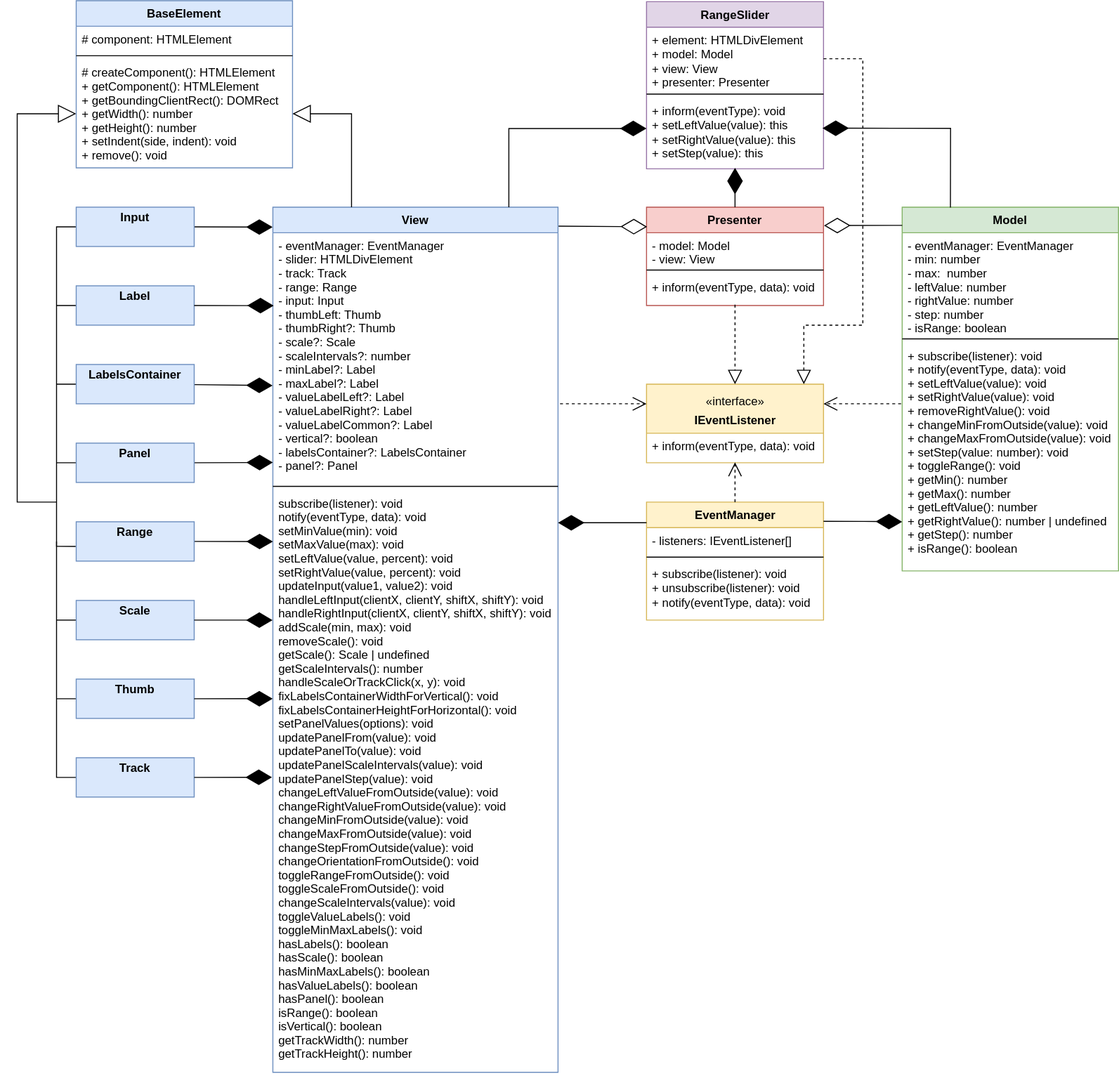
Olga-smart/FSD4 keeps this draw.io diagram as images_for_readme/class-diagram_general-perspective.drawio.svg. Above is the earlier version. Source tidied: cells renumbered, new cells last; positions are measured from the earlier drawing's top-left corner, leaving out a move shared by most shapes.
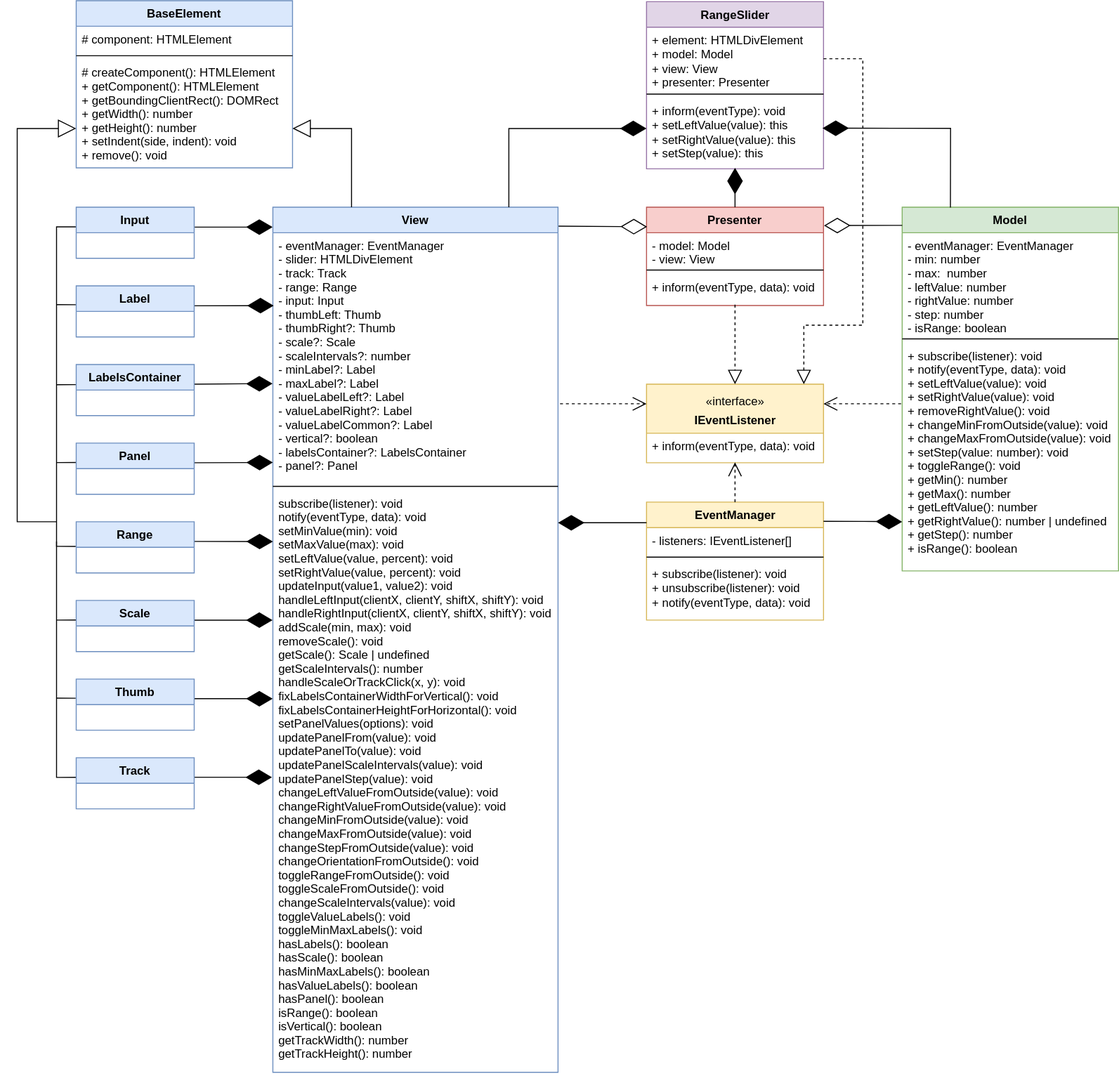
After the commit.

Commit message:
Improve class diagram

The edit, as a diff of the source:
```diff
@@ -26,7 +26,7 @@
     <mxCell id="9" value="+ inform(eventType, data): void&#10;" style="text;strokeColor=none;fillColor=none;align=left;verticalAlign=top;spacingLeft=4;spacingRight=4;overflow=hidden;points=[[0,0.5],[1,0.5]];portConstraint=eastwest;" parent="6" vertex="1">
       <mxGeometry y="68" width="180" height="32" as="geometry" />
     </mxCell>
-    <mxCell id="10" style="endArrow=diamondThin;endFill=1;endSize=24;html=1;rounded=0;exitX=1;exitY=0.5;exitDx=0;exitDy=0;entryX=-0.001;entryY=0.023;entryDx=0;entryDy=0;entryPerimeter=0;" parent="1" edge="1" source="24" target="11">
+    <mxCell id="10" style="endArrow=diamondThin;endFill=1;endSize=24;html=1;rounded=0;entryX=-0.001;entryY=0.023;entryDx=0;entryDy=0;entryPerimeter=0;exitX=1.004;exitY=0.391;exitDx=0;exitDy=0;exitPerimeter=0;" parent="1" edge="1" source="24" target="11">
       <mxGeometry relative="1" as="geometry" />
     </mxCell>
     <mxCell id="11" value="View&#10;" style="swimlane;fontStyle=1;align=center;verticalAlign=top;horizontal=1;startSize=26;fillColor=#dae8fc;strokeColor=#6c8ebf;" parent="1" vertex="1">
@@ -56,102 +56,85 @@
     <mxCell id="19" style="endArrow=block;endSize=16;endFill=0;html=1;rounded=0;labelPosition=center;verticalLabelPosition=middle;align=center;verticalAlign=middle;horizontal=1;edgeStyle=orthogonalEdgeStyle;" parent="1" edge="1" source="11" target="18">
       <mxGeometry relative="1" as="geometry">
         <Array as="points">
-          <mxPoint x="340" y="115" />
+          <mxPoint x="340" y="130" />
         </Array>
       </mxGeometry>
     </mxCell>
-    <mxCell id="20" style="endArrow=diamondThin;endFill=1;endSize=24;html=1;rounded=0;exitX=1;exitY=0.183;exitDx=0;exitDy=0;exitPerimeter=0;entryX=-0.001;entryY=0.612;entryDx=0;entryDy=0;entryPerimeter=0;" parent="1" edge="1" target="12">
+    <mxCell id="20" style="endArrow=diamondThin;endFill=1;endSize=24;html=1;rounded=0;exitX=0.991;exitY=0.424;exitDx=0;exitDy=0;exitPerimeter=0;entryX=-0.001;entryY=0.612;entryDx=0;entryDy=0;entryPerimeter=0;" parent="1" edge="1">
       <mxGeometry relative="1" as="geometry">
-        <mxPoint x="180" y="390.5" as="sourcePoint" />
+        <mxPoint x="178.9" y="390" as="sourcePoint" />
+        <mxPoint x="259.7" y="389.4" as="targetPoint" />
       </mxGeometry>
     </mxCell>
-    <mxCell id="21" style="endArrow=diamondThin;endFill=1;endSize=24;html=1;rounded=0;exitX=1;exitY=0.5;exitDx=0;exitDy=0;entryX=0;entryY=0.92;entryDx=0;entryDy=0;entryPerimeter=0;" parent="1" edge="1" source="30" target="12">
-      <mxGeometry relative="1" as="geometry" />
+    <mxCell id="21" style="endArrow=diamondThin;endFill=1;endSize=24;html=1;rounded=0;exitX=1;exitY=0.5;exitDx=0;exitDy=0;entryX=0;entryY=0.92;entryDx=0;entryDy=0;entryPerimeter=0;" parent="1" edge="1" target="12">
+      <mxGeometry relative="1" as="geometry">
+        <mxPoint x="180" y="470" as="sourcePoint" />
+      </mxGeometry>
     </mxCell>
-    <mxCell id="22" style="endArrow=diamondThin;endFill=1;endSize=24;html=1;rounded=0;exitX=1;exitY=0.5;exitDx=0;exitDy=0;entryX=0;entryY=0.088;entryDx=0;entryDy=0;entryPerimeter=0;" parent="1" edge="1" source="31" target="14">
-      <mxGeometry relative="1" as="geometry" />
+    <mxCell id="22" style="endArrow=diamondThin;endFill=1;endSize=24;html=1;rounded=0;exitX=1;exitY=0.5;exitDx=0;exitDy=0;entryX=0;entryY=0.088;entryDx=0;entryDy=0;entryPerimeter=0;" parent="1" edge="1" target="14">
+      <mxGeometry relative="1" as="geometry">
+        <mxPoint x="180" y="550" as="sourcePoint" />
+      </mxGeometry>
     </mxCell>
-    <mxCell id="23" style="edgeStyle=orthogonalEdgeStyle;rounded=0;sketch=0;jumpStyle=none;jettySize=auto;html=1;entryX=-0.004;entryY=0.626;entryDx=0;entryDy=0;entryPerimeter=0;shadow=0;fontColor=default;endArrow=none;endFill=0;" parent="1" edge="1" source="24" target="31">
+    <mxCell id="23" style="edgeStyle=orthogonalEdgeStyle;rounded=0;sketch=0;jumpStyle=none;jettySize=auto;html=1;entryX=-0.004;entryY=0.626;entryDx=0;entryDy=0;entryPerimeter=0;shadow=0;fontColor=default;endArrow=none;endFill=0;" parent="1" edge="1" source="24">
       <mxGeometry relative="1" as="geometry">
+        <mxPoint x="59.5" y="555" as="targetPoint" />
         <Array as="points">
           <mxPoint x="40" y="230" />
           <mxPoint x="40" y="555" />
         </Array>
       </mxGeometry>
     </mxCell>
-    <mxCell id="24" value="&lt;p style=&quot;margin: 4px 0px 0px&quot;&gt;&lt;b&gt;Input&lt;/b&gt;&lt;/p&gt;" style="verticalAlign=middle;align=center;overflow=fill;fontSize=12;fontFamily=Helvetica;html=1;rounded=0;shadow=0;glass=0;sketch=0;fillColor=#dae8fc;strokeColor=#6c8ebf;horizontal=1;labelPosition=center;verticalLabelPosition=middle;" parent="1" vertex="1">
-      <mxGeometry x="60" y="210" width="120" height="40" as="geometry" />
-    </mxCell>
-    <mxCell id="25" style="edgeStyle=orthogonalEdgeStyle;rounded=0;sketch=0;jumpStyle=none;jettySize=auto;html=1;shadow=0;fontColor=default;endArrow=none;endFill=0;" parent="1" edge="1" source="26">
+    <mxCell id="25" style="edgeStyle=orthogonalEdgeStyle;rounded=0;sketch=0;jumpStyle=none;jettySize=auto;html=1;shadow=0;fontColor=default;endArrow=none;endFill=0;exitX=0.004;exitY=0.37;exitDx=0;exitDy=0;exitPerimeter=0;" parent="1" edge="1" source="26">
       <mxGeometry relative="1" as="geometry">
         <mxPoint x="40" y="310" as="targetPoint" />
       </mxGeometry>
     </mxCell>
-    <mxCell id="26" value="&lt;p style=&quot;margin: 4px 0px 0px&quot;&gt;&lt;b&gt;Label&lt;/b&gt;&lt;/p&gt;" style="verticalAlign=middle;align=center;overflow=fill;fontSize=12;fontFamily=Helvetica;html=1;rounded=0;shadow=0;glass=0;sketch=0;fillColor=#dae8fc;strokeColor=#6c8ebf;horizontal=1;labelPosition=center;verticalLabelPosition=middle;" parent="1" vertex="1">
-      <mxGeometry x="60" y="290" width="120" height="40" as="geometry" />
-    </mxCell>
-    <mxCell id="27" style="edgeStyle=orthogonalEdgeStyle;rounded=0;sketch=0;jumpStyle=none;jettySize=auto;html=1;shadow=0;fontColor=default;endArrow=none;endFill=0;" parent="1" edge="1" source="28">
+    <mxCell id="27" style="edgeStyle=orthogonalEdgeStyle;rounded=0;sketch=0;jumpStyle=none;jettySize=auto;html=1;shadow=0;fontColor=default;endArrow=none;endFill=0;exitX=0.004;exitY=0.394;exitDx=0;exitDy=0;exitPerimeter=0;" parent="1" edge="1" source="28">
       <mxGeometry relative="1" as="geometry">
         <mxPoint x="40" y="390" as="targetPoint" />
       </mxGeometry>
     </mxCell>
-    <mxCell id="28" value="&lt;p style=&quot;margin: 4px 0px 0px&quot;&gt;&lt;b&gt;LabelsContainer&lt;/b&gt;&lt;/p&gt;" style="verticalAlign=middle;align=center;overflow=fill;fontSize=12;fontFamily=Helvetica;html=1;rounded=0;shadow=0;glass=0;sketch=0;fillColor=#dae8fc;strokeColor=#6c8ebf;horizontal=1;labelPosition=center;verticalLabelPosition=middle;" parent="1" vertex="1">
-      <mxGeometry x="60" y="370" width="120" height="40" as="geometry" />
-    </mxCell>
-    <mxCell id="29" style="edgeStyle=orthogonalEdgeStyle;rounded=0;sketch=0;jumpStyle=none;jettySize=auto;html=1;shadow=0;fontColor=default;endArrow=none;endFill=0;" parent="1" edge="1" source="30">
+    <mxCell id="29" style="edgeStyle=orthogonalEdgeStyle;rounded=0;sketch=0;jumpStyle=none;jettySize=auto;html=1;shadow=0;fontColor=default;endArrow=none;endFill=0;exitX=0.004;exitY=0.379;exitDx=0;exitDy=0;exitPerimeter=0;" parent="1" edge="1" source="30">
       <mxGeometry relative="1" as="geometry">
         <mxPoint x="40" y="470" as="targetPoint" />
       </mxGeometry>
     </mxCell>
-    <mxCell id="30" value="&lt;p style=&quot;margin: 4px 0px 0px&quot;&gt;&lt;b&gt;Panel&lt;/b&gt;&lt;/p&gt;" style="verticalAlign=middle;align=center;overflow=fill;fontSize=12;fontFamily=Helvetica;html=1;rounded=0;shadow=0;glass=0;sketch=0;fillColor=#dae8fc;strokeColor=#6c8ebf;horizontal=1;labelPosition=center;verticalLabelPosition=middle;" parent="1" vertex="1">
-      <mxGeometry x="60" y="450" width="120" height="40" as="geometry" />
-    </mxCell>
-    <mxCell id="31" value="&lt;p style=&quot;margin: 4px 0px 0px&quot;&gt;&lt;b&gt;Range&lt;/b&gt;&lt;/p&gt;" style="verticalAlign=middle;align=center;overflow=fill;fontSize=12;fontFamily=Helvetica;html=1;rounded=0;shadow=0;glass=0;sketch=0;fillColor=#dae8fc;strokeColor=#6c8ebf;horizontal=1;labelPosition=center;verticalLabelPosition=middle;" parent="1" vertex="1">
-      <mxGeometry x="60" y="530" width="120" height="40" as="geometry" />
-    </mxCell>
-    <mxCell id="32" style="edgeStyle=orthogonalEdgeStyle;rounded=0;sketch=0;jumpStyle=none;jettySize=auto;html=1;exitX=0;exitY=0.5;exitDx=0;exitDy=0;shadow=0;fontColor=default;endArrow=none;endFill=0;" parent="1" edge="1" source="33">
+    <mxCell id="32" style="edgeStyle=orthogonalEdgeStyle;rounded=0;sketch=0;jumpStyle=none;jettySize=auto;html=1;exitX=0;exitY=0.383;exitDx=0;exitDy=0;shadow=0;fontColor=default;endArrow=none;endFill=0;exitPerimeter=0;" parent="1" edge="1" source="33">
       <mxGeometry relative="1" as="geometry">
         <mxPoint x="40" y="630.2" as="targetPoint" />
       </mxGeometry>
     </mxCell>
-    <mxCell id="33" value="&lt;p style=&quot;margin: 4px 0px 0px&quot;&gt;&lt;b&gt;Scale&lt;/b&gt;&lt;/p&gt;" style="verticalAlign=middle;align=center;overflow=fill;fontSize=12;fontFamily=Helvetica;html=1;rounded=0;shadow=0;glass=0;sketch=0;fillColor=#dae8fc;strokeColor=#6c8ebf;horizontal=1;labelPosition=center;verticalLabelPosition=middle;" parent="1" vertex="1">
-      <mxGeometry x="60" y="610" width="120" height="40" as="geometry" />
-    </mxCell>
-    <mxCell id="34" style="edgeStyle=orthogonalEdgeStyle;rounded=0;sketch=0;jumpStyle=none;jettySize=auto;html=1;shadow=0;fontColor=default;endArrow=none;endFill=0;" parent="1" edge="1" source="35">
+    <mxCell id="34" style="edgeStyle=orthogonalEdgeStyle;rounded=0;sketch=0;jumpStyle=none;jettySize=auto;html=1;shadow=0;fontColor=default;endArrow=none;endFill=0;exitX=-0.004;exitY=0.374;exitDx=0;exitDy=0;exitPerimeter=0;" parent="1" edge="1" source="35">
       <mxGeometry relative="1" as="geometry">
         <mxPoint x="40" y="710" as="targetPoint" />
       </mxGeometry>
     </mxCell>
-    <mxCell id="35" value="&lt;p style=&quot;margin: 4px 0px 0px&quot;&gt;&lt;b&gt;Thumb&lt;/b&gt;&lt;/p&gt;" style="verticalAlign=middle;align=center;overflow=fill;fontSize=12;fontFamily=Helvetica;html=1;rounded=0;shadow=0;glass=0;sketch=0;fillColor=#dae8fc;strokeColor=#6c8ebf;horizontal=1;labelPosition=center;verticalLabelPosition=middle;" parent="1" vertex="1">
-      <mxGeometry x="60" y="690" width="120" height="40" as="geometry" />
-    </mxCell>
-    <mxCell id="36" style="edgeStyle=orthogonalEdgeStyle;rounded=0;sketch=0;jumpStyle=none;jettySize=auto;html=1;shadow=0;fontColor=default;endArrow=none;endFill=0;" parent="1" edge="1" source="37">
+    <mxCell id="36" style="edgeStyle=orthogonalEdgeStyle;rounded=0;sketch=0;jumpStyle=none;jettySize=auto;html=1;shadow=0;fontColor=default;endArrow=none;endFill=0;exitX=0.006;exitY=0.383;exitDx=0;exitDy=0;exitPerimeter=0;" parent="1" edge="1" source="37">
       <mxGeometry relative="1" as="geometry">
         <mxPoint x="40" y="550" as="targetPoint" />
       </mxGeometry>
     </mxCell>
-    <mxCell id="37" value="&lt;p style=&quot;margin: 4px 0px 0px&quot;&gt;&lt;b&gt;Track&lt;/b&gt;&lt;/p&gt;" style="verticalAlign=middle;align=center;overflow=fill;fontSize=12;fontFamily=Helvetica;html=1;rounded=0;shadow=0;glass=0;sketch=0;fillColor=#dae8fc;strokeColor=#6c8ebf;horizontal=1;labelPosition=center;verticalLabelPosition=middle;" parent="1" vertex="1">
-      <mxGeometry x="60" y="770" width="120" height="40" as="geometry" />
-    </mxCell>
-    <mxCell id="38" style="endArrow=block;endSize=16;endFill=0;html=1;rounded=0;shadow=0;sketch=0;fontColor=default;jumpStyle=none;entryX=0;entryY=0.5;entryDx=0;entryDy=0;" parent="1" edge="1" target="18">
+    <mxCell id="38" style="endArrow=block;endSize=16;endFill=0;html=1;rounded=0;shadow=0;sketch=0;fontColor=default;jumpStyle=none;entryX=0;entryY=0.5;entryDx=0;entryDy=0;" parent="1" edge="1">
       <mxGeometry relative="1" as="geometry">
-        <mxPoint x="40" y="510" as="sourcePoint" />
+        <mxPoint x="40" y="530" as="sourcePoint" />
+        <mxPoint x="60" y="130" as="targetPoint" />
         <Array as="points">
-          <mxPoint y="510" />
-          <mxPoint y="115" />
+          <mxPoint y="530" />
+          <mxPoint y="130" />
         </Array>
       </mxGeometry>
     </mxCell>
-    <mxCell id="39" style="endArrow=diamondThin;endFill=1;endSize=24;html=1;rounded=0;entryX=-0.001;entryY=0.223;entryDx=0;entryDy=0;entryPerimeter=0;exitX=1;exitY=0.5;exitDx=0;exitDy=0;" parent="1" edge="1" source="33" target="14">
+    <mxCell id="39" style="endArrow=diamondThin;endFill=1;endSize=24;html=1;rounded=0;entryX=-0.001;entryY=0.223;entryDx=0;entryDy=0;entryPerimeter=0;exitX=0.996;exitY=0.387;exitDx=0;exitDy=0;exitPerimeter=0;" parent="1" edge="1" source="33" target="14">
       <mxGeometry relative="1" as="geometry" />
     </mxCell>
-    <mxCell id="40" style="endArrow=diamondThin;endFill=1;endSize=24;html=1;rounded=0;exitX=1;exitY=0.5;exitDx=0;exitDy=0;entryX=0.003;entryY=0.292;entryDx=0;entryDy=0;entryPerimeter=0;" parent="1" edge="1" source="26" target="12">
+    <mxCell id="40" style="endArrow=diamondThin;endFill=1;endSize=24;html=1;rounded=0;exitX=0.997;exitY=0.391;exitDx=0;exitDy=0;entryX=0.003;entryY=0.292;entryDx=0;entryDy=0;entryPerimeter=0;exitPerimeter=0;" parent="1" edge="1" source="26" target="12">
       <mxGeometry relative="1" as="geometry" />
     </mxCell>
-    <mxCell id="41" style="endArrow=diamondThin;endFill=1;endSize=24;html=1;rounded=0;entryX=-0.001;entryY=0.358;entryDx=0;entryDy=0;entryPerimeter=0;exitX=1;exitY=0.5;exitDx=0;exitDy=0;" parent="1" edge="1" source="35" target="14">
+    <mxCell id="41" style="endArrow=diamondThin;endFill=1;endSize=24;html=1;rounded=0;entryX=-0.001;entryY=0.358;entryDx=0;entryDy=0;entryPerimeter=0;exitX=0.996;exitY=0.383;exitDx=0;exitDy=0;exitPerimeter=0;" parent="1" edge="1" source="35" target="14">
       <mxGeometry relative="1" as="geometry" />
     </mxCell>
-    <mxCell id="42" style="endArrow=diamondThin;endFill=1;endSize=24;html=1;rounded=0;exitX=1;exitY=0.5;exitDx=0;exitDy=0;entryX=-0.003;entryY=0.493;entryDx=0;entryDy=0;entryPerimeter=0;" parent="1" edge="1" source="37" target="14">
+    <mxCell id="42" style="endArrow=diamondThin;endFill=1;endSize=24;html=1;rounded=0;exitX=1;exitY=0.382;exitDx=0;exitDy=0;entryX=-0.003;entryY=0.493;entryDx=0;entryDy=0;entryPerimeter=0;exitPerimeter=0;" parent="1" edge="1" source="37" target="14">
       <mxGeometry relative="1" as="geometry" />
     </mxCell>
     <mxCell id="43" style="endArrow=diamondThin;endFill=0;endSize=24;html=1;rounded=0;shadow=0;sketch=0;fontColor=default;jumpStyle=none;exitX=1.002;exitY=0.022;exitDx=0;exitDy=0;exitPerimeter=0;entryX=0.003;entryY=0.199;entryDx=0;entryDy=0;entryPerimeter=0;" parent="1" edge="1" source="11" target="6">
@@ -249,5 +232,29 @@
         </Array>
       </mxGeometry>
     </mxCell>
+    <mxCell id="24" value="Input" style="swimlane;fontStyle=1;horizontal=1;startSize=26;fillColor=#dae8fc;strokeColor=#6c8ebf;" parent="1" vertex="1">
+      <mxGeometry x="60" y="210" width="120" height="52" as="geometry" />
+    </mxCell>
+    <mxCell id="26" value="Label" style="swimlane;fontStyle=1;horizontal=1;startSize=26;fillColor=#dae8fc;strokeColor=#6c8ebf;" parent="1" vertex="1">
+      <mxGeometry x="60" y="290" width="120" height="52" as="geometry" />
+    </mxCell>
+    <mxCell id="28" value="LabelsContainer" style="swimlane;fontStyle=1;horizontal=1;startSize=26;fillColor=#dae8fc;strokeColor=#6c8ebf;" parent="1" vertex="1">
+      <mxGeometry x="60" y="370" width="120" height="52" as="geometry" />
+    </mxCell>
+    <mxCell id="30" value="Panel" style="swimlane;fontStyle=1;horizontal=1;startSize=26;fillColor=#dae8fc;strokeColor=#6c8ebf;" parent="1" vertex="1">
+      <mxGeometry x="60" y="450" width="120" height="52" as="geometry" />
+    </mxCell>
+    <mxCell id="31" value="Range" style="swimlane;fontStyle=1;horizontal=1;startSize=26;fillColor=#dae8fc;strokeColor=#6c8ebf;" parent="1" vertex="1">
+      <mxGeometry x="60" y="530" width="120" height="52" as="geometry" />
+    </mxCell>
+    <mxCell id="33" value="Scale" style="swimlane;fontStyle=1;horizontal=1;startSize=26;fillColor=#dae8fc;strokeColor=#6c8ebf;" parent="1" vertex="1">
+      <mxGeometry x="60" y="610" width="120" height="52" as="geometry" />
+    </mxCell>
+    <mxCell id="35" value="Thumb" style="swimlane;fontStyle=1;horizontal=1;startSize=26;fillColor=#dae8fc;strokeColor=#6c8ebf;" parent="1" vertex="1">
+      <mxGeometry x="60" y="690" width="120" height="52" as="geometry" />
+    </mxCell>
+    <mxCell id="37" value="Track" style="swimlane;fontStyle=1;horizontal=1;startSize=26;fillColor=#dae8fc;strokeColor=#6c8ebf;" parent="1" vertex="1">
+      <mxGeometry x="60" y="770" width="120" height="52" as="geometry" />
+    </mxCell>
   </root>
 </mxGraphModel>
```
